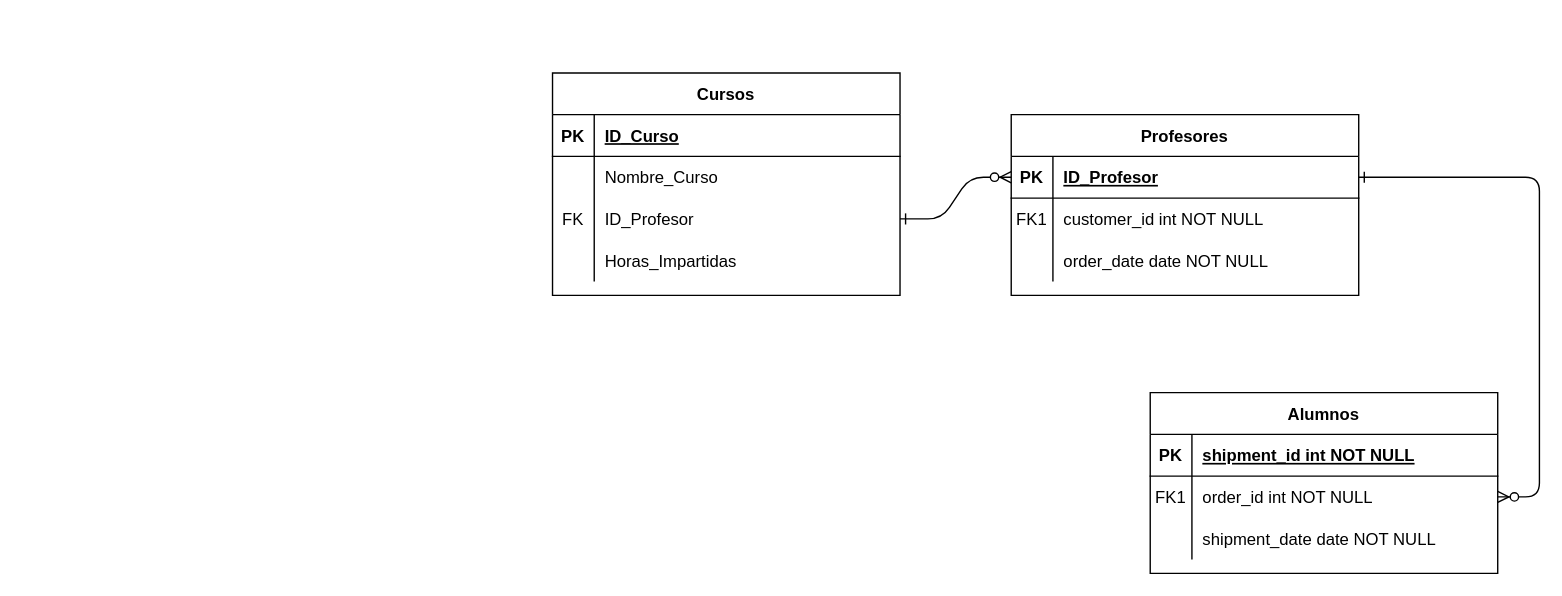
This is Untitled Diagram.drawio from danielryvero/Data-Analyst, a draw.io file, before an edit. Source tidied: cells renumbered, new cells numbered last; positions are measured from the earlier drawing's top-left corner, leaving out a move shared by most shapes. Both pictures are drawn from the tidied source at 139%, with x=0, y=0 at pixel (552, 72).
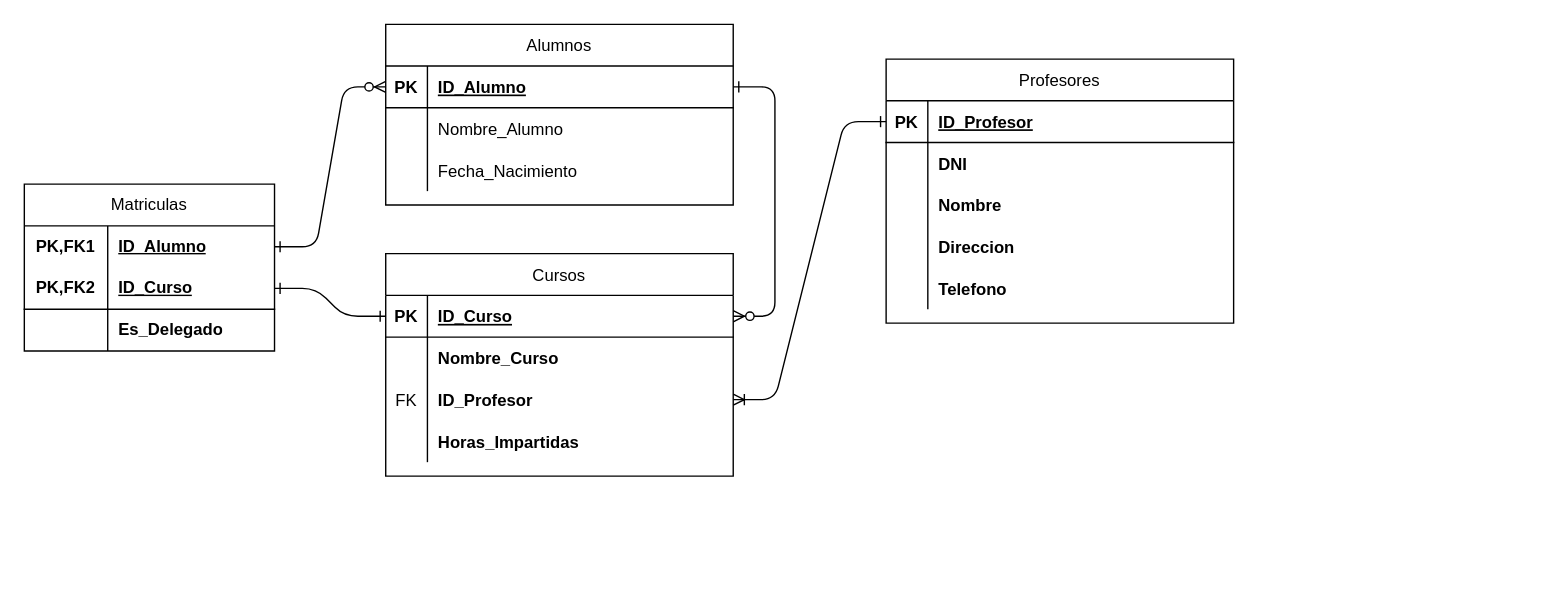
The same page after the edit.

The change refers to these unchanged cells:
```xml
<mxCell id="5" style="shape=partialRectangle;fillColor=none;points=[[0,0.5],[1,0.5]];portConstraint=eastwest;top=0;left=0;right=0;bottom=1;" parent="4" vertex="1">
  <mxGeometry y="30" width="250" height="30" as="geometry" />
</mxCell>
<mxCell id="8" style="shape=partialRectangle;fillColor=none;top=0;left=0;right=0;bottom=0;" parent="4" vertex="1">
  <mxGeometry y="60" width="250" height="30" as="geometry" />
</mxCell>
<mxCell id="11" style="shape=partialRectangle;fillColor=none;top=0;left=0;right=0;bottom=0;" parent="4" vertex="1">
  <mxGeometry y="90" width="250" height="30" as="geometry" />
</mxCell>
<mxCell id="15" style="shape=partialRectangle;fillColor=none;points=[[0,0.5],[1,0.5]];portConstraint=eastwest;top=0;left=0;right=0;bottom=1;" parent="14" vertex="1">
  <mxGeometry y="30" width="250" height="30" as="geometry" />
</mxCell>
<mxCell id="18" style="shape=partialRectangle;fillColor=none;points=[[0,0.5],[1,0.5]];portConstraint=eastwest;top=0;left=0;right=0;bottom=0;" parent="14" vertex="1">
  <mxGeometry y="60" width="250" height="30" as="geometry" />
</mxCell>
<mxCell id="21" style="shape=partialRectangle;fillColor=none;top=0;left=0;right=0;bottom=0;" parent="14" vertex="1">
  <mxGeometry y="90" width="250" height="30" as="geometry" />
</mxCell>
<mxCell id="25" style="shape=partialRectangle;fillColor=none;points=[[0,0.5],[1,0.5]];portConstraint=eastwest;top=0;left=0;right=0;bottom=1;" parent="24" vertex="1">
  <mxGeometry y="30" width="250" height="30" as="geometry" />
</mxCell>
<mxCell id="28" style="shape=partialRectangle;fillColor=none;top=0;left=0;right=0;bottom=0;" parent="24" vertex="1">
  <mxGeometry y="60" width="250" height="30" as="geometry" />
</mxCell>
<mxCell id="31" style="shape=partialRectangle;fillColor=none;points=[[0,0.5],[1,0.5]];portConstraint=eastwest;top=0;left=0;right=0;bottom=0;" parent="24" vertex="1">
  <mxGeometry y="90" width="250" height="30" as="geometry" />
</mxCell>
<mxCell id="34" style="shape=partialRectangle;fillColor=none;top=0;left=0;right=0;bottom=0;" parent="24" vertex="1">
  <mxGeometry y="120" width="250" height="30" as="geometry" />
</mxCell>
```

The edit, as a diff of the source:
```diff
@@
-    <mxCell id="2" style="edgeStyle=entityRelationEdgeStyle;endArrow=ERzeroToMany;startArrow=ERone;endFill=1;startFill=0;exitX=1;exitY=0.5;exitDx=0;exitDy=0;entryX=0;entryY=0.5;entryDx=0;entryDy=0;" parent="1" edge="1" source="31" target="5">
+    <mxCell id="2" style="edgeStyle=entityRelationEdgeStyle;endArrow=ERoneToMany;startArrow=ERone;endFill=0;startFill=0;exitX=0;exitY=0.5;exitDx=0;exitDy=0;entryX=1;entryY=0.5;entryDx=0;entryDy=0;" parent="1" edge="1" source="5" target="31">
       <mxGeometry relative="1" as="geometry" />
     </mxCell>
-    <mxCell id="3" style="edgeStyle=entityRelationEdgeStyle;endArrow=ERzeroToMany;startArrow=ERone;endFill=1;startFill=0;" parent="1" edge="1" source="5" target="18">
+    <mxCell id="3" style="edgeStyle=entityRelationEdgeStyle;endArrow=ERzeroToMany;startArrow=ERone;endFill=1;startFill=0;exitX=1;exitY=0.5;exitDx=0;exitDy=0;entryX=1;entryY=0.5;entryDx=0;entryDy=0;" parent="1" edge="1" source="15" target="25">
       <mxGeometry relative="1" as="geometry" />
     </mxCell>
-    <mxCell id="4" value="Profesores" style="shape=table;startSize=30;childLayout=tableLayout;rowLines=0;fontStyle=1;align=center;" parent="1" vertex="1">
-      <mxGeometry x="330" y="30" width="250" height="130" as="geometry" />
+    <mxCell id="4" value="Profesores" style="shape=table;startSize=30;childLayout=tableLayout;rowLines=0;fontStyle=0;align=center;" parent="1" vertex="1">
+      <mxGeometry x="240" y="-10" width="250" height="190" as="geometry" />
     </mxCell>
@@
-    <mxCell id="9" value="FK1" style="shape=partialRectangle;overflow=hidden;fillColor=none;top=0;left=0;bottom=0;right=0;" parent="8" vertex="1">
+    <mxCell id="9" style="shape=partialRectangle;overflow=hidden;fillColor=none;top=0;left=0;bottom=0;right=0;" parent="8" vertex="1">
       <mxGeometry width="30" height="30" as="geometry" />
     </mxCell>
-    <mxCell id="10" value="customer_id int NOT NULL" style="shape=partialRectangle;overflow=hidden;fillColor=none;top=0;left=0;bottom=0;right=0;align=left;spacingLeft=6;" parent="8" vertex="1">
+    <mxCell id="10" value="DNI" style="shape=partialRectangle;overflow=hidden;fillColor=none;top=0;left=0;bottom=0;right=0;align=left;spacingLeft=6;fontStyle=1;" parent="8" vertex="1">
       <mxGeometry x="30" width="220" height="30" as="geometry" />
     </mxCell>
@@
-    <mxCell id="13" value="order_date date NOT NULL" style="shape=partialRectangle;overflow=hidden;fillColor=none;top=0;left=0;bottom=0;right=0;align=left;spacingLeft=6;" parent="11" vertex="1">
+    <mxCell id="13" value="Nombre" style="shape=partialRectangle;overflow=hidden;fillColor=none;top=0;left=0;bottom=0;right=0;align=left;spacingLeft=6;fontStyle=1;" parent="11" vertex="1">
       <mxGeometry x="30" width="220" height="30" as="geometry" />
     </mxCell>
+    <mxCell id="37" style="shape=partialRectangle;fillColor=none;top=0;left=0;right=0;bottom=0;" parent="4" vertex="1">
+      <mxGeometry y="120" width="250" height="30" as="geometry" />
+    </mxCell>
+    <mxCell id="38" style="shape=partialRectangle;overflow=hidden;fillColor=none;top=0;left=0;bottom=0;right=0;" parent="37" vertex="1">
+      <mxGeometry width="30" height="30" as="geometry" />
+    </mxCell>
+    <mxCell id="39" value="Direccion" style="shape=partialRectangle;overflow=hidden;fillColor=none;top=0;left=0;bottom=0;right=0;align=left;spacingLeft=6;fontStyle=1;" parent="37" vertex="1">
+      <mxGeometry x="30" width="220" height="30" as="geometry" />
+    </mxCell>
+    <mxCell id="40" style="shape=partialRectangle;fillColor=none;top=0;left=0;right=0;bottom=0;" parent="4" vertex="1">
+      <mxGeometry y="150" width="250" height="30" as="geometry" />
+    </mxCell>
+    <mxCell id="41" style="shape=partialRectangle;overflow=hidden;fillColor=none;top=0;left=0;bottom=0;right=0;" parent="40" vertex="1">
+      <mxGeometry width="30" height="30" as="geometry" />
+    </mxCell>
+    <mxCell id="42" value="Telefono" style="shape=partialRectangle;overflow=hidden;fillColor=none;top=0;left=0;bottom=0;right=0;align=left;spacingLeft=6;fontStyle=1;" parent="40" vertex="1">
+      <mxGeometry x="30" width="220" height="30" as="geometry" />
+    </mxCell>
-    <mxCell id="14" value="Alumnos" style="shape=table;startSize=30;childLayout=tableLayout;rowLines=0;fontStyle=1;align=center;" parent="1" vertex="1">
-      <mxGeometry x="430" y="230" width="250" height="130" as="geometry" />
+    <mxCell id="14" value="Alumnos" style="shape=table;startSize=30;childLayout=tableLayout;rowLines=0;fontStyle=0;align=center;" parent="1" vertex="1">
+      <mxGeometry x="-120" y="-35" width="250" height="130" as="geometry" />
     </mxCell>
@@
-    <mxCell id="17" value="shipment_id int NOT NULL " style="shape=partialRectangle;overflow=hidden;fillColor=none;top=0;left=0;bottom=0;right=0;align=left;spacingLeft=6;fontStyle=5;" parent="15" vertex="1">
+    <mxCell id="17" value="ID_Alumno" style="shape=partialRectangle;overflow=hidden;fillColor=none;top=0;left=0;bottom=0;right=0;align=left;spacingLeft=6;fontStyle=5;" parent="15" vertex="1">
       <mxGeometry x="30" width="220" height="30" as="geometry" />
     </mxCell>
@@
-    <mxCell id="19" value="FK1" style="shape=partialRectangle;overflow=hidden;fillColor=none;top=0;left=0;bottom=0;right=0;" parent="18" vertex="1">
+    <mxCell id="19" style="shape=partialRectangle;overflow=hidden;fillColor=none;top=0;left=0;bottom=0;right=0;" parent="18" vertex="1">
       <mxGeometry width="30" height="30" as="geometry" />
     </mxCell>
-    <mxCell id="20" value="order_id int NOT NULL" style="shape=partialRectangle;overflow=hidden;fillColor=none;top=0;left=0;bottom=0;right=0;align=left;spacingLeft=6;" parent="18" vertex="1">
+    <mxCell id="20" value="Nombre_Alumno" style="shape=partialRectangle;overflow=hidden;fillColor=none;top=0;left=0;bottom=0;right=0;align=left;spacingLeft=6;" parent="18" vertex="1">
       <mxGeometry x="30" width="220" height="30" as="geometry" />
     </mxCell>
@@
-    <mxCell id="23" value="shipment_date date NOT NULL" style="shape=partialRectangle;overflow=hidden;fillColor=none;top=0;left=0;bottom=0;right=0;align=left;spacingLeft=6;" parent="21" vertex="1">
+    <mxCell id="23" value="Fecha_Nacimiento" style="shape=partialRectangle;overflow=hidden;fillColor=none;top=0;left=0;bottom=0;right=0;align=left;spacingLeft=6;" parent="21" vertex="1">
       <mxGeometry x="30" width="220" height="30" as="geometry" />
     </mxCell>
-    <mxCell id="24" value="Cursos" style="shape=table;startSize=30;childLayout=tableLayout;rowLines=0;fontStyle=1;align=center;" parent="1" vertex="1">
-      <mxGeometry width="250" height="160" as="geometry" />
+    <mxCell id="24" value="Cursos" style="shape=table;startSize=30;childLayout=tableLayout;rowLines=0;fontStyle=0;align=center;" parent="1" vertex="1">
+      <mxGeometry x="-120" y="130" width="250" height="160" as="geometry" />
     </mxCell>
@@
-    <mxCell id="30" value="Nombre_Curso" style="shape=partialRectangle;overflow=hidden;fillColor=none;top=0;left=0;bottom=0;right=0;align=left;spacingLeft=6;" parent="28" vertex="1">
+    <mxCell id="30" value="Nombre_Curso" style="shape=partialRectangle;overflow=hidden;fillColor=none;top=0;left=0;bottom=0;right=0;align=left;spacingLeft=6;fontStyle=1;" parent="28" vertex="1">
       <mxGeometry x="30" width="220" height="30" as="geometry" />
     </mxCell>
@@
-    <mxCell id="33" value="ID_Profesor" style="shape=partialRectangle;overflow=hidden;fillColor=none;top=0;left=0;bottom=0;right=0;align=left;spacingLeft=6;" parent="31" vertex="1">
+    <mxCell id="33" value="ID_Profesor" style="shape=partialRectangle;overflow=hidden;fillColor=none;top=0;left=0;bottom=0;right=0;align=left;spacingLeft=6;fontStyle=1;" parent="31" vertex="1">
       <mxGeometry x="30" width="220" height="30" as="geometry" />
     </mxCell>
@@
-    <mxCell id="36" value="Horas_Impartidas" style="shape=partialRectangle;overflow=hidden;fillColor=none;top=0;left=0;bottom=0;right=0;align=left;spacingLeft=6;" parent="34" vertex="1">
+    <mxCell id="36" value="Horas_Impartidas" style="shape=partialRectangle;overflow=hidden;fillColor=none;top=0;left=0;bottom=0;right=0;align=left;spacingLeft=6;fontStyle=1;" parent="34" vertex="1">
       <mxGeometry x="30" width="220" height="30" as="geometry" />
     </mxCell>
+    <mxCell id="43" style="edgeStyle=entityRelationEdgeStyle;endArrow=ERzeroToMany;startArrow=ERone;endFill=1;startFill=0;exitX=1;exitY=0.5;exitDx=0;exitDy=0;entryX=0;entryY=0.5;entryDx=0;entryDy=0;" parent="1" edge="1" source="45" target="15">
+      <mxGeometry relative="1" as="geometry">
+        <Array as="points">
+          <mxPoint x="320" y="160" />
+          <mxPoint x="-170" y="120" />
+          <mxPoint x="-190" y="175" />
+        </Array>
+      </mxGeometry>
+    </mxCell>
+    <mxCell id="44" value="&lt;span style=&quot;text-wrap: nowrap;&quot;&gt;Matriculas&lt;/span&gt;" style="shape=table;startSize=30;childLayout=tableLayout;rowLines=0;fontStyle=0;align=center;html=1;whiteSpace=wrap;" parent="1" vertex="1">
+      <mxGeometry x="-380" y="80" width="180" height="120" as="geometry" />
+    </mxCell>
+    <mxCell id="45" style="shape=tableRow;horizontal=0;startSize=0;swimlaneHead=0;swimlaneBody=0;fillColor=none;points=[[0,0.5],[1,0.5]];portConstraint=eastwest;top=0;left=0;right=0;bottom=0;html=1;" parent="44" vertex="1">
+      <mxGeometry y="30" width="180" height="30" as="geometry" />
+    </mxCell>
+    <mxCell id="46" value="PK,FK1" style="shape=partialRectangle;fillColor=none;top=0;left=0;bottom=0;right=0;fontStyle=1;overflow=hidden;html=1;whiteSpace=wrap;" parent="45" vertex="1">
+      <mxGeometry width="60" height="30" as="geometry" />
+    </mxCell>
+    <mxCell id="47" value="&lt;span style=&quot;text-wrap: nowrap;&quot;&gt;ID_Alumno&lt;/span&gt;" style="shape=partialRectangle;fillColor=none;top=0;left=0;bottom=0;right=0;align=left;spacingLeft=6;fontStyle=5;overflow=hidden;html=1;whiteSpace=wrap;" parent="45" vertex="1">
+      <mxGeometry x="60" width="120" height="30" as="geometry" />
+    </mxCell>
+    <mxCell id="48" style="shape=tableRow;horizontal=0;startSize=0;swimlaneHead=0;swimlaneBody=0;fillColor=none;points=[[0,0.5],[1,0.5]];portConstraint=eastwest;top=0;left=0;right=0;bottom=1;html=1;" parent="44" vertex="1">
+      <mxGeometry y="60" width="180" height="30" as="geometry" />
+    </mxCell>
+    <mxCell id="49" value="PK,FK2" style="shape=partialRectangle;fillColor=none;top=0;left=0;bottom=0;right=0;fontStyle=1;overflow=hidden;html=1;whiteSpace=wrap;" parent="48" vertex="1">
+      <mxGeometry width="60" height="30" as="geometry" />
+    </mxCell>
+    <mxCell id="50" value="&lt;span style=&quot;text-wrap: nowrap;&quot;&gt;ID_Curso&lt;/span&gt;" style="shape=partialRectangle;fillColor=none;top=0;left=0;bottom=0;right=0;align=left;spacingLeft=6;fontStyle=5;overflow=hidden;html=1;whiteSpace=wrap;" parent="48" vertex="1">
+      <mxGeometry x="60" width="120" height="30" as="geometry" />
+    </mxCell>
+    <mxCell id="51" style="shape=tableRow;horizontal=0;startSize=0;swimlaneHead=0;swimlaneBody=0;fillColor=none;top=0;left=0;right=0;bottom=0;html=1;" parent="44" vertex="1">
+      <mxGeometry y="90" width="180" height="30" as="geometry" />
+    </mxCell>
+    <mxCell id="52" style="shape=partialRectangle;fillColor=none;top=0;left=0;bottom=0;right=0;overflow=hidden;html=1;whiteSpace=wrap;" parent="51" vertex="1">
+      <mxGeometry width="60" height="30" as="geometry" />
+    </mxCell>
+    <mxCell id="53" value="Es_Delegado" style="shape=partialRectangle;fillColor=none;top=0;left=0;bottom=0;right=0;align=left;spacingLeft=6;overflow=hidden;html=1;whiteSpace=wrap;fontStyle=1;" parent="51" vertex="1">
+      <mxGeometry x="60" width="120" height="30" as="geometry" />
+    </mxCell>
+    <mxCell id="54" style="edgeStyle=entityRelationEdgeStyle;endArrow=ERone;startArrow=ERone;endFill=0;startFill=0;exitX=1;exitY=0.5;exitDx=0;exitDy=0;entryX=0;entryY=0.5;entryDx=0;entryDy=0;" parent="1" edge="1" source="48" target="25">
+      <mxGeometry relative="1" as="geometry">
+        <Array as="points">
+          <mxPoint x="330" y="200" />
+          <mxPoint x="-160" y="160" />
+          <mxPoint x="-180" y="215" />
+        </Array>
+      </mxGeometry>
+    </mxCell>
```
